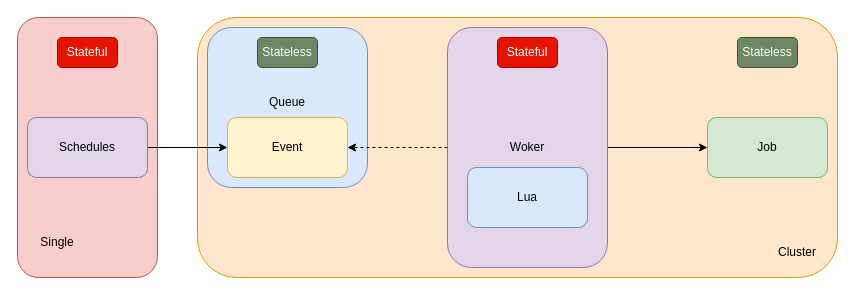
The draw.io diagram docs/superdock-schedule.drawio in sb-im/gosd, before the edit. Source tidied: cells renumbered, new cells numbered last; positions are measured from the earlier drawing's top-left corner, leaving out a move shared by most shapes. Both pictures are drawn from the tidied source at 100%, with x=0, y=0 at pixel (17, 17).
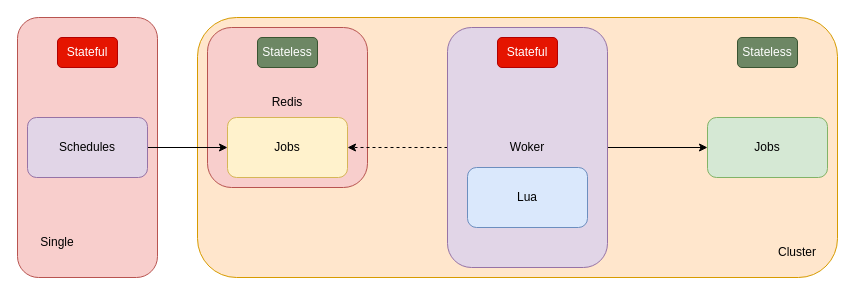
The same page after the edit.

What changed in the source:
```diff
@@
 <mxGraphModel>
   <root>
     <mxCell id="0" />
     <mxCell id="1" parent="0" />
     <mxCell id="2" style="rounded=1;whiteSpace=wrap;html=1;fillColor=#ffe6cc;strokeColor=#d79b00;" parent="1" vertex="1">
       <mxGeometry x="180" width="640" height="260" as="geometry" />
     </mxCell>
     <mxCell id="3" style="rounded=1;whiteSpace=wrap;html=1;fillColor=#f8cecc;strokeColor=#b85450;" parent="1" vertex="1">
       <mxGeometry width="140" height="260" as="geometry" />
     </mxCell>
-    <mxCell id="4" style="rounded=1;whiteSpace=wrap;html=1;fillColor=#dae8fc;strokeColor=#6c8ebf;" parent="1" vertex="1">
+    <mxCell id="4" style="rounded=1;whiteSpace=wrap;html=1;fillColor=#f8cecc;strokeColor=#b85450;" parent="1" vertex="1">
       <mxGeometry x="190" y="10" width="160" height="160" as="geometry" />
     </mxCell>
     <mxCell id="5" style="edgeStyle=orthogonalEdgeStyle;rounded=0;jettySize=auto;html=1;" parent="1" edge="1" source="6" target="7">
       <mxGeometry relative="1" as="geometry" />
     </mxCell>
     <mxCell id="6" value="Schedules" style="rounded=1;whiteSpace=wrap;html=1;fillColor=#e1d5e7;strokeColor=#9673a6;" parent="1" vertex="1">
       <mxGeometry x="10" y="100" width="120" height="60" as="geometry" />
     </mxCell>
-    <mxCell id="7" value="Event" style="whiteSpace=wrap;html=1;rounded=1;fillColor=#fff2cc;strokeColor=#d6b656;" parent="1" vertex="1">
+    <mxCell id="7" value="Jobs" style="whiteSpace=wrap;html=1;rounded=1;fillColor=#fff2cc;strokeColor=#d6b656;" parent="1" vertex="1">
       <mxGeometry x="210" y="100" width="120" height="60" as="geometry" />
     </mxCell>
     <mxCell id="8" style="edgeStyle=orthogonalEdgeStyle;rounded=0;jettySize=auto;html=1;" parent="1" edge="1" source="10" target="11">
       <mxGeometry relative="1" as="geometry" />
     </mxCell>
     <mxCell id="9" style="edgeStyle=orthogonalEdgeStyle;rounded=0;jettySize=auto;html=1;dashed=1;" parent="1" edge="1" source="10" target="7">
       <mxGeometry relative="1" as="geometry" />
     </mxCell>
     <mxCell id="10" value="Woker" style="whiteSpace=wrap;html=1;rounded=1;fillColor=#e1d5e7;strokeColor=#9673a6;" parent="1" vertex="1">
       <mxGeometry x="430" y="10" width="160" height="240" as="geometry" />
     </mxCell>
-    <mxCell id="11" value="Job" style="whiteSpace=wrap;html=1;rounded=1;fillColor=#d5e8d4;strokeColor=#82b366;" parent="1" vertex="1">
+    <mxCell id="11" value="Jobs" style="whiteSpace=wrap;html=1;rounded=1;fillColor=#d5e8d4;strokeColor=#82b366;" parent="1" vertex="1">
       <mxGeometry x="690" y="100" width="120" height="60" as="geometry" />
     </mxCell>
     <mxCell id="12" value="Lua" style="rounded=1;whiteSpace=wrap;html=1;fillColor=#dae8fc;strokeColor=#6c8ebf;" parent="1" vertex="1">
       <mxGeometry x="450" y="150" width="120" height="60" as="geometry" />
     </mxCell>
-    <mxCell id="13" value="Queue" style="text;html=1;strokeColor=none;fillColor=none;align=center;verticalAlign=middle;whiteSpace=wrap;rounded=0;" parent="1" vertex="1">
+    <mxCell id="13" value="Redis" style="text;html=1;strokeColor=none;fillColor=none;align=center;verticalAlign=middle;whiteSpace=wrap;rounded=0;" parent="1" vertex="1">
       <mxGeometry x="240" y="70" width="60" height="30" as="geometry" />
     </mxCell>
     <mxCell id="14" value="Single" style="text;html=1;strokeColor=none;fillColor=none;align=center;verticalAlign=middle;whiteSpace=wrap;rounded=0;" parent="1" vertex="1">
       <mxGeometry x="10" y="210" width="60" height="30" as="geometry" />
     </mxCell>
     <mxCell id="15" value="Cluster" style="text;html=1;strokeColor=none;fillColor=none;align=center;verticalAlign=middle;whiteSpace=wrap;rounded=0;" parent="1" vertex="1">
       <mxGeometry x="750" y="220" width="60" height="30" as="geometry" />
     </mxCell>
     <mxCell id="16" value="Stateless" style="text;html=1;strokeColor=#3A5431;fillColor=#6d8764;align=center;verticalAlign=middle;whiteSpace=wrap;rounded=1;fontColor=#ffffff;" parent="1" vertex="1">
       <mxGeometry x="240" y="20" width="60" height="30" as="geometry" />
     </mxCell>
     <mxCell id="17" value="Stateful" style="text;html=1;strokeColor=#B20000;fillColor=#e51400;align=center;verticalAlign=middle;whiteSpace=wrap;rounded=1;shadow=0;fontColor=#ffffff;" parent="1" vertex="1">
       <mxGeometry x="40" y="20" width="60" height="30" as="geometry" />
     </mxCell>
     <mxCell id="18" value="Stateful" style="text;html=1;strokeColor=#B20000;fillColor=#e51400;align=center;verticalAlign=middle;whiteSpace=wrap;rounded=1;fontColor=#ffffff;" parent="1" vertex="1">
       <mxGeometry x="480" y="20" width="60" height="30" as="geometry" />
     </mxCell>
     <mxCell id="19" value="Stateless" style="text;html=1;strokeColor=#3A5431;fillColor=#6d8764;align=center;verticalAlign=middle;whiteSpace=wrap;rounded=1;fontColor=#ffffff;" parent="1" vertex="1">
       <mxGeometry x="720" y="20" width="60" height="30" as="geometry" />
     </mxCell>
   </root>
 </mxGraphModel>
```
